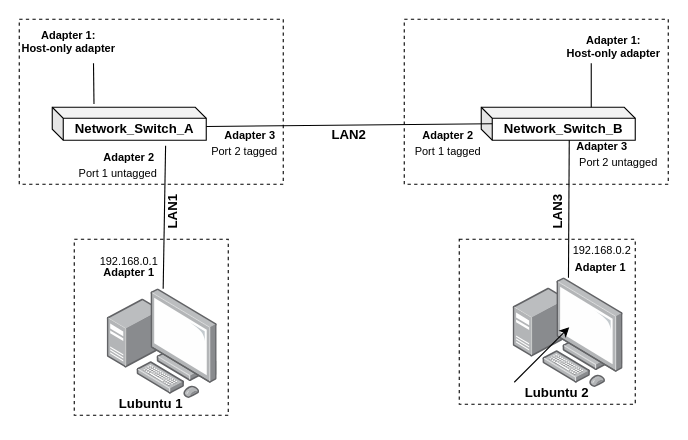
Before: documentation/E02/E02NetworkChart_02.drawio in Kjersheim/DataNetworksIntro2023, a draw.io diagram. Source tidied: cells renumbered, new cells numbered last; positions are measured from the earlier drawing's top-left corner, leaving out a move shared by most shapes. Both pictures are drawn from the tidied source at 110%, with x=0, y=0 at pixel (19, 19).
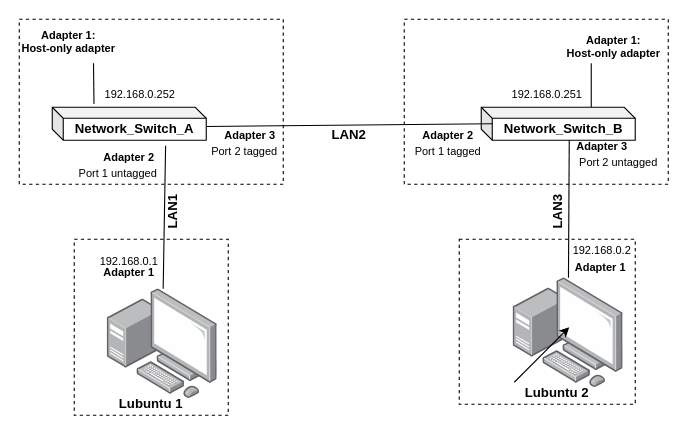
After the change.

Commit message (it also covers changes not shown here):
E02.md adding last updated network diagram with switch IPs

What changed in the source:
```diff
@@
+    <mxCell id="36" value="192.168.0.252" style="text;strokeColor=none;align=center;fillColor=none;html=1;verticalAlign=middle;whiteSpace=wrap;rounded=0;dashed=1;fontSize=10;" parent="1" vertex="1">
+      <mxGeometry x="65" y="60" width="90" height="15" as="geometry" />
+    </mxCell>
+    <mxCell id="37" value="192.168.0.251" style="text;strokeColor=none;align=center;fillColor=none;html=1;verticalAlign=middle;whiteSpace=wrap;rounded=0;dashed=1;fontSize=10;" parent="1" vertex="1">
+      <mxGeometry x="435" y="60" width="90" height="15" as="geometry" />
+    </mxCell>
```
